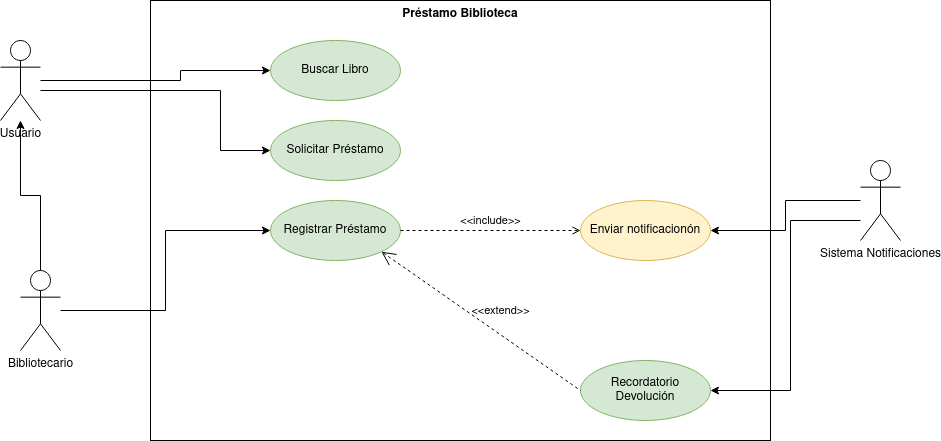
Earlier version of the draw.io export Diagrama sin título.png (alejandrosalazargonzalez/diagramas). Source tidied: cells renumbered, new cells last; positions are measured from the earlier drawing's top-left corner, leaving out a move shared by most shapes.
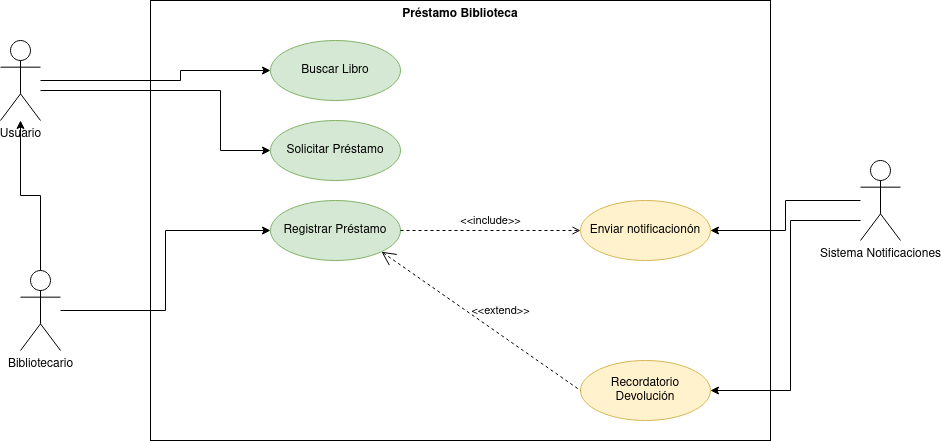
After the change.

Change to the diagram source:
```diff
@@ -61,7 +61,7 @@
     <mxCell id="14" value="Registrar Préstamo" style="ellipse;whiteSpace=wrap;html=1;fillColor=#d5e8d4;strokeColor=#82b366;" parent="1" vertex="1">
       <mxGeometry x="270" y="200" width="130" height="60" as="geometry" />
     </mxCell>
-    <mxCell id="15" value="Recordatorio Devolución" style="ellipse;whiteSpace=wrap;html=1;fillColor=#d5e8d4;strokeColor=#82b366;" parent="1" vertex="1">
+    <mxCell id="15" value="Recordatorio Devolución" style="ellipse;whiteSpace=wrap;html=1;fillColor=#fff2cc;strokeColor=#d6b656;" parent="1" vertex="1">
       <mxGeometry x="580" y="360" width="130" height="60" as="geometry" />
     </mxCell>
     <mxCell id="16" value="Enviar notificacionón" style="ellipse;whiteSpace=wrap;html=1;fillColor=#fff2cc;strokeColor=#d6b656;" parent="1" vertex="1">
```
